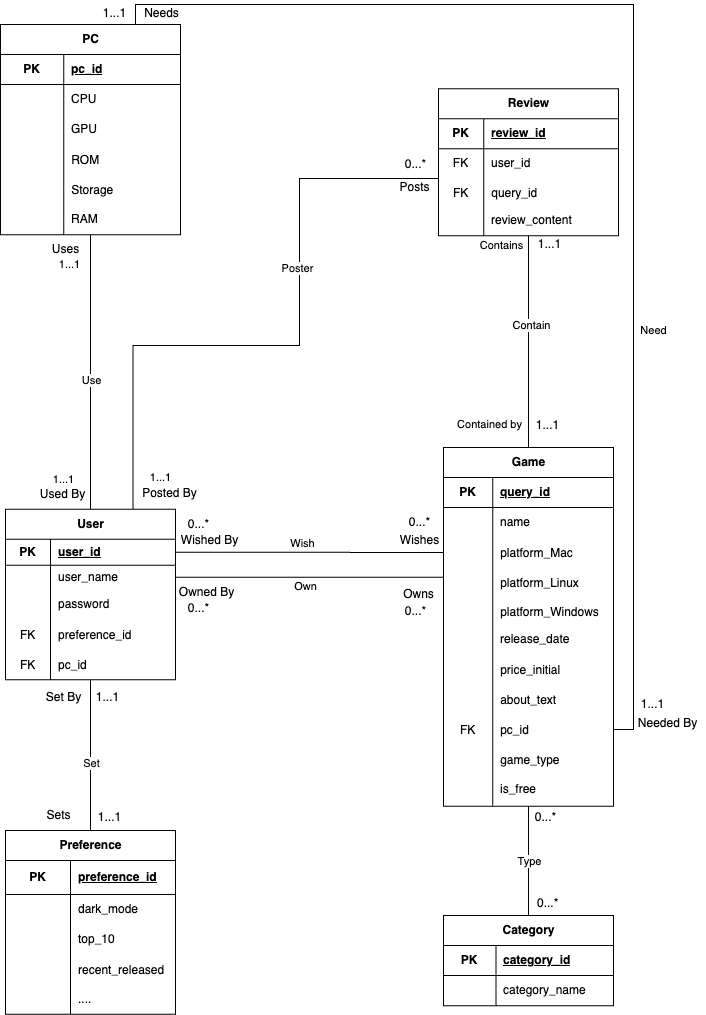
Before: doc/image/cs411-pt1-stage2-uml.png, a diagram exported from draw.io (linggew/GGsteam). Source tidied: cells renumbered, new cells last; positions are measured from the earlier drawing's top-left corner, leaving out a move shared by most shapes.
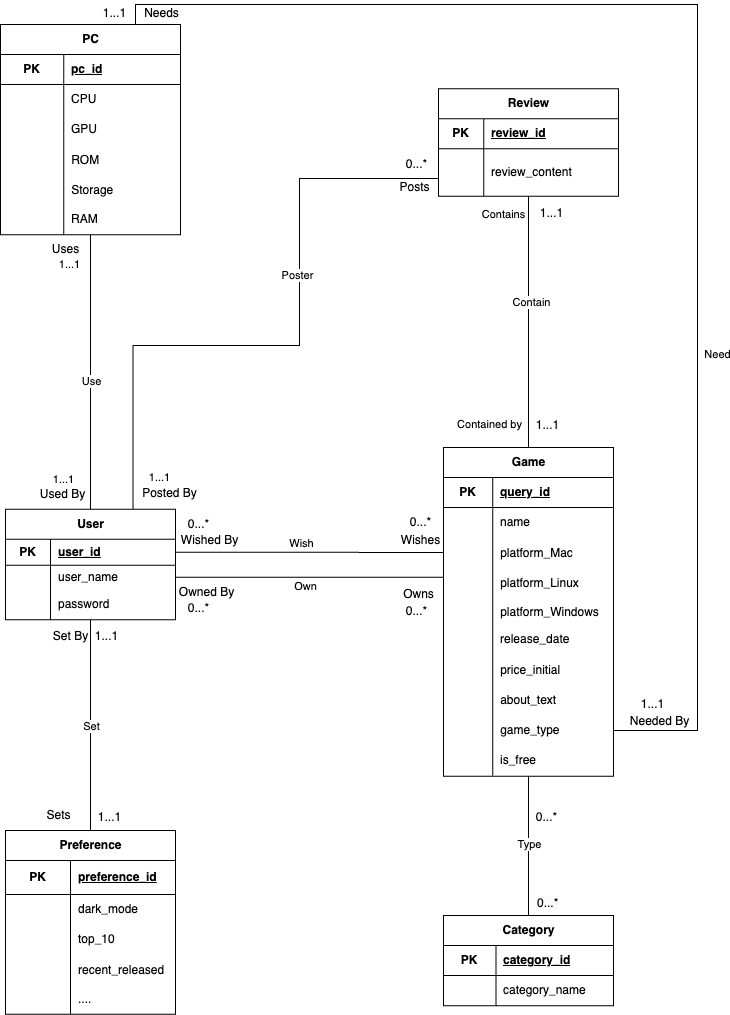
After the commit.

Commit message:
Update UML diagram

What changed in the source:
```diff
@@ -26,7 +26,7 @@
       <mxGeometry x="33" y="800" width="50" height="30" as="geometry" />
     </mxCell>
     <mxCell id="7" value="Set By" style="text;html=1;align=center;verticalAlign=middle;strokeColor=none;fillColor=none;" parent="1" vertex="1">
-      <mxGeometry x="33" y="682" width="60" height="30" as="geometry" />
+      <mxGeometry x="40" y="621" width="60" height="30" as="geometry" />
     </mxCell>
     <mxCell id="8" style="endArrow=none;html=1;rounded=0;entryX=0.5;entryY=0;entryDx=0;entryDy=0;" parent="1" edge="1" source="35" target="40">
       <mxGeometry relative="1" as="geometry" />
@@ -60,7 +60,7 @@
       <mxGeometry x="129" y="478" width="80" height="30" as="geometry" />
     </mxCell>
     <mxCell id="17" value="Contains" style="edgeLabel;html=1;align=center;verticalAlign=middle;" parent="1" vertex="1">
-      <mxGeometry x="500" y="244" as="geometry" />
+      <mxGeometry x="502" y="213" as="geometry" />
     </mxCell>
     <mxCell id="18" value="Contained by" style="edgeLabel;html=1;align=center;verticalAlign=middle;" parent="1" vertex="1">
       <mxGeometry x="488" y="423" as="geometry" />
@@ -131,7 +131,7 @@
       </mxGeometry>
     </mxCell>
     <mxCell id="40" value="User" style="shape=table;startSize=30;rowLines=0;fontStyle=1;align=center;html=1;" parent="1" vertex="1">
-      <mxGeometry x="5" y="508.8" width="170" height="170.6" as="geometry" />
+      <mxGeometry x="5" y="508.8" width="170" height="110.6" as="geometry" />
     </mxCell>
     <mxCell id="41" style="shape=tableRow;horizontal=0;startSize=0;swimlaneHead=0;swimlaneBody=0;fillColor=none;points=[[0,0.5],[1,0.5]];portConstraint=eastwest;top=0;left=0;right=0;bottom=1;" parent="40" vertex="1">
       <mxGeometry y="30" width="170" height="26" as="geometry" />
@@ -160,24 +160,6 @@
     <mxCell id="49" value="password" style="shape=partialRectangle;fillColor=none;top=0;left=0;bottom=0;right=0;align=left;spacingLeft=6;overflow=hidden;whiteSpace=wrap;html=1;" parent="47" vertex="1">
       <mxGeometry x="45.1" width="124.9" height="30" as="geometry" />
     </mxCell>
-    <mxCell id="50" style="shape=tableRow;horizontal=0;startSize=0;swimlaneHead=0;swimlaneBody=0;fillColor=none;top=0;left=0;right=0;bottom=0;" parent="40" vertex="1">
-      <mxGeometry y="110" width="170" height="30" as="geometry" />
-    </mxCell>
-    <mxCell id="51" value="FK" style="shape=partialRectangle;fillColor=none;top=0;left=0;bottom=0;right=0;overflow=hidden;" parent="50" vertex="1">
-      <mxGeometry width="45.1" height="30" as="geometry" />
-    </mxCell>
-    <mxCell id="52" value="preference_id" style="shape=partialRectangle;fillColor=none;top=0;left=0;bottom=0;right=0;align=left;spacingLeft=6;overflow=hidden;" parent="50" vertex="1">
-      <mxGeometry x="45.1" width="124.9" height="30" as="geometry" />
-    </mxCell>
-    <mxCell id="53" style="shape=tableRow;horizontal=0;startSize=0;swimlaneHead=0;swimlaneBody=0;fillColor=none;top=0;left=0;right=0;bottom=0;" parent="40" vertex="1">
-      <mxGeometry y="140" width="170" height="30" as="geometry" />
-    </mxCell>
-    <mxCell id="54" value="FK" style="shape=partialRectangle;fillColor=none;top=0;left=0;bottom=0;right=0;overflow=hidden;" parent="53" vertex="1">
-      <mxGeometry width="45.1" height="30" as="geometry" />
-    </mxCell>
-    <mxCell id="55" value="pc_id" style="shape=partialRectangle;fillColor=none;top=0;left=0;bottom=0;right=0;align=left;spacingLeft=6;overflow=hidden;" parent="53" vertex="1">
-      <mxGeometry x="45.1" width="124.9" height="30" as="geometry" />
-    </mxCell>
     <mxCell id="56" value="Preference" style="shape=table;startSize=30;rowLines=0;fontStyle=1;align=center;html=1;" parent="1" vertex="1">
       <mxGeometry x="5" y="830" width="170" height="183.8" as="geometry" />
     </mxCell>
@@ -256,7 +238,7 @@
       </mxGeometry>
     </mxCell>
     <mxCell id="81" value="Game" style="shape=table;startSize=30;rowLines=0;fontStyle=1;align=center;html=1;" parent="1" vertex="1">
-      <mxGeometry x="443" y="447" width="170" height="358.8" as="geometry" />
+      <mxGeometry x="443" y="447" width="170" height="328.8" as="geometry" />
     </mxCell>
     <mxCell id="82" style="shape=tableRow;horizontal=0;startSize=0;swimlaneHead=0;swimlaneBody=0;fillColor=none;top=0;left=0;right=0;bottom=1;" parent="81" vertex="1">
       <mxGeometry y="30" width="170" height="30" as="geometry" />
@@ -330,17 +312,8 @@
     <mxCell id="105" value="about_text" style="shape=partialRectangle;fillColor=none;top=0;left=0;bottom=0;right=0;align=left;spacingLeft=6;overflow=hidden;" parent="103" vertex="1">
       <mxGeometry x="49.2" width="120.8" height="30" as="geometry" />
     </mxCell>
-    <mxCell id="106" style="shape=tableRow;horizontal=0;startSize=0;swimlaneHead=0;swimlaneBody=0;fillColor=none;points=[[0,0.5],[1,0.5]];portConstraint=eastwest;top=0;left=0;right=0;bottom=0;" parent="81" vertex="1">
-      <mxGeometry y="267" width="170" height="30" as="geometry" />
-    </mxCell>
-    <mxCell id="107" value="FK" style="shape=partialRectangle;fillColor=none;top=0;left=0;bottom=0;right=0;overflow=hidden;" parent="106" vertex="1">
-      <mxGeometry width="49.2" height="30" as="geometry" />
-    </mxCell>
-    <mxCell id="108" value="pc_id" style="shape=partialRectangle;fillColor=none;top=0;left=0;bottom=0;right=0;align=left;spacingLeft=6;overflow=hidden;" parent="106" vertex="1">
-      <mxGeometry x="49.2" width="120.8" height="30" as="geometry" />
-    </mxCell>
     <mxCell id="109" style="shape=tableRow;horizontal=0;startSize=0;swimlaneHead=0;swimlaneBody=0;fillColor=none;top=0;left=0;right=0;bottom=0;" parent="81" vertex="1">
-      <mxGeometry y="297" width="170" height="30" as="geometry" />
+      <mxGeometry y="267" width="170" height="30" as="geometry" />
     </mxCell>
     <mxCell id="110" style="shape=partialRectangle;fillColor=none;top=0;left=0;bottom=0;right=0;overflow=hidden;" parent="109" vertex="1">
       <mxGeometry width="49.2" height="30" as="geometry" />
@@ -349,7 +322,7 @@
       <mxGeometry x="49.2" width="120.8" height="30" as="geometry" />
     </mxCell>
     <mxCell id="112" style="shape=tableRow;horizontal=0;startSize=0;swimlaneHead=0;swimlaneBody=0;fillColor=none;top=0;left=0;right=0;bottom=0;" parent="81" vertex="1">
-      <mxGeometry y="327" width="170" height="31" as="geometry" />
+      <mxGeometry y="297" width="170" height="31" as="geometry" />
     </mxCell>
     <mxCell id="113" style="shape=partialRectangle;fillColor=none;top=0;left=0;bottom=0;right=0;overflow=hidden;whiteSpace=wrap;html=1;" parent="112" vertex="1">
       <mxGeometry width="49.2" height="31" as="geometry" />
@@ -376,7 +349,7 @@
       </mxGeometry>
     </mxCell>
     <mxCell id="119" value="Review" style="shape=table;startSize=30;rowLines=0;fontStyle=1;align=center;html=1;" parent="1" vertex="1">
-      <mxGeometry x="438" y="88.3" width="180" height="147" as="geometry" />
+      <mxGeometry x="438" y="88.3" width="180" height="107.5" as="geometry" />
     </mxCell>
     <mxCell id="120" style="shape=tableRow;horizontal=0;startSize=0;swimlaneHead=0;swimlaneBody=0;fillColor=none;top=0;left=0;right=0;bottom=1;" parent="119" vertex="1">
       <mxGeometry y="30" width="180" height="30" as="geometry" />
@@ -387,32 +360,14 @@
     <mxCell id="122" value="review_id" style="shape=partialRectangle;fillColor=none;top=0;left=0;bottom=0;right=0;align=left;spacingLeft=6;fontStyle=5;overflow=hidden;whiteSpace=wrap;html=1;" parent="120" vertex="1">
       <mxGeometry x="45.2" width="134.8" height="30" as="geometry" />
     </mxCell>
-    <mxCell id="123" style="shape=tableRow;horizontal=0;startSize=0;swimlaneHead=0;swimlaneBody=0;fillColor=none;top=0;left=0;right=0;bottom=0;" parent="119" vertex="1">
-      <mxGeometry y="60" width="180" height="30" as="geometry" />
-    </mxCell>
-    <mxCell id="124" value="FK" style="shape=partialRectangle;fillColor=none;top=0;left=0;bottom=0;right=0;overflow=hidden;whiteSpace=wrap;html=1;" parent="123" vertex="1">
-      <mxGeometry width="45.2" height="30" as="geometry" />
-    </mxCell>
-    <mxCell id="125" value="user_id" style="shape=partialRectangle;fillColor=none;top=0;left=0;bottom=0;right=0;align=left;spacingLeft=6;overflow=hidden;whiteSpace=wrap;html=1;" parent="123" vertex="1">
-      <mxGeometry x="45.2" width="134.8" height="30" as="geometry" />
-    </mxCell>
-    <mxCell id="126" style="shape=tableRow;horizontal=0;startSize=0;swimlaneHead=0;swimlaneBody=0;fillColor=none;top=0;left=0;right=0;bottom=0;" parent="119" vertex="1">
-      <mxGeometry y="90" width="180" height="27" as="geometry" />
-    </mxCell>
-    <mxCell id="127" value="FK" style="shape=partialRectangle;fillColor=none;top=0;left=0;bottom=0;right=0;overflow=hidden;" parent="126" vertex="1">
-      <mxGeometry width="45.2" height="27" as="geometry" />
-    </mxCell>
-    <mxCell id="128" value="query_id" style="shape=partialRectangle;fillColor=none;top=0;left=0;bottom=0;right=0;align=left;spacingLeft=6;overflow=hidden;" parent="126" vertex="1">
-      <mxGeometry x="45.2" width="134.8" height="27" as="geometry" />
-    </mxCell>
     <mxCell id="129" style="shape=tableRow;horizontal=0;startSize=0;swimlaneHead=0;swimlaneBody=0;fillColor=none;top=0;left=0;right=0;bottom=0;" parent="119" vertex="1">
-      <mxGeometry y="117" width="180" height="30" as="geometry" />
+      <mxGeometry y="60" width="180" height="47" as="geometry" />
     </mxCell>
     <mxCell id="130" style="shape=partialRectangle;fillColor=none;top=0;left=0;bottom=0;right=0;overflow=hidden;whiteSpace=wrap;html=1;" parent="129" vertex="1">
-      <mxGeometry width="45.2" height="30" as="geometry" />
+      <mxGeometry width="45.2" height="47" as="geometry" />
     </mxCell>
     <mxCell id="131" value="review_content" style="shape=partialRectangle;fillColor=none;top=0;left=0;bottom=0;right=0;align=left;spacingLeft=6;overflow=hidden;whiteSpace=wrap;html=1;" parent="129" vertex="1">
-      <mxGeometry x="45.2" width="134.8" height="30" as="geometry" />
+      <mxGeometry x="45.2" width="134.8" height="47" as="geometry" />
     </mxCell>
     <mxCell id="132" value="0...*" style="text;html=1;align=center;verticalAlign=middle;strokeColor=none;fillColor=none;" parent="1" vertex="1">
       <mxGeometry x="178" y="595" width="39" height="26" as="geometry" />
@@ -424,10 +379,10 @@
       <mxGeometry x="526" y="412" width="41" height="26" as="geometry" />
     </mxCell>
     <mxCell id="135" value="1...1" style="text;html=1;align=center;verticalAlign=middle;strokeColor=none;fillColor=none;" parent="1" vertex="1">
-      <mxGeometry x="528.5" y="231" width="41" height="26" as="geometry" />
+      <mxGeometry x="530.5" y="200" width="41" height="26" as="geometry" />
     </mxCell>
     <mxCell id="136" value="1...1" style="text;html=1;align=center;verticalAlign=middle;strokeColor=none;fillColor=none;" parent="1" vertex="1">
-      <mxGeometry x="86" y="684" width="41" height="26" as="geometry" />
+      <mxGeometry x="85" y="623" width="41" height="26" as="geometry" />
     </mxCell>
     <mxCell id="137" value="1...1" style="text;html=1;align=center;verticalAlign=middle;strokeColor=none;fillColor=none;" parent="1" vertex="1">
       <mxGeometry x="88" y="804" width="41" height="26" as="geometry" />
@@ -458,8 +413,16 @@
     <mxCell id="145" value="0...*" style="text;html=1;align=center;verticalAlign=middle;strokeColor=none;fillColor=none;" parent="1" vertex="1">
       <mxGeometry x="178" y="511" width="39" height="26" as="geometry" />
     </mxCell>
-    <mxCell id="146" style="edgeStyle=orthogonalEdgeStyle;rounded=0;jettySize=auto;html=1;exitX=1;exitY=0.5;exitDx=0;exitDy=0;entryX=0.75;entryY=0;entryDx=0;entryDy=0;endArrow=none;endFill=0;" parent="1" edge="1" source="106" target="19">
-      <mxGeometry relative="1" as="geometry" />
+    <mxCell id="146" style="edgeStyle=orthogonalEdgeStyle;rounded=0;jettySize=auto;html=1;exitX=1;exitY=0.5;exitDx=0;exitDy=0;entryX=0.75;entryY=0;entryDx=0;entryDy=0;endArrow=none;endFill=0;" parent="1" edge="1" target="19">
+      <mxGeometry relative="1" as="geometry">
+        <mxPoint x="613" y="729" as="sourcePoint" />
+        <Array as="points">
+          <mxPoint x="613" y="730" />
+          <mxPoint x="697" y="730" />
+          <mxPoint x="697" y="4" />
+          <mxPoint x="135" y="4" />
+        </Array>
+      </mxGeometry>
     </mxCell>
     <mxCell id="147" value="Need" style="edgeLabel;html=1;align=center;verticalAlign=middle;" parent="146" vertex="1">
       <mxGeometry x="-0.33" y="2" relative="1" as="geometry">
@@ -476,7 +439,7 @@
       <mxGeometry x="134" width="53" height="26" as="geometry" />
     </mxCell>
     <mxCell id="151" value="Needed By" style="text;html=1;align=center;verticalAlign=middle;strokeColor=none;fillColor=none;" parent="1" vertex="1">
-      <mxGeometry x="628" y="710" width="77" height="26" as="geometry" />
+      <mxGeometry x="620" y="708" width="77" height="26" as="geometry" />
     </mxCell>
     <mxCell id="152" value="&lt;span style=&quot;color: rgb(0, 0, 0); font-family: Helvetica; font-size: 12px; font-style: normal; font-variant-ligatures: normal; font-variant-caps: normal; font-weight: 400; letter-spacing: normal; orphans: 2; text-align: center; text-indent: 0px; text-transform: none; widows: 2; word-spacing: 0px; -webkit-text-stroke-width: 0px; background-color: rgb(251, 251, 251); text-decoration-thickness: initial; text-decoration-style: initial; text-decoration-color: initial; float: none; display: inline !important;&quot;&gt;0...*&lt;/span&gt;" style="text;whiteSpace=wrap;html=1;" parent="1" vertex="1">
       <mxGeometry x="535" y="889" width="49" height="36" as="geometry" />
```
